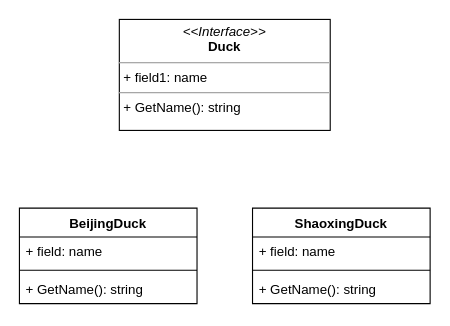
Before: Factory/未命名绘图.drawio in bsync-tech/design-pattern, a draw.io diagram. Source tidied: cells renumbered, new cells numbered last; positions are measured from the earlier drawing's top-left corner, leaving out a move shared by most shapes. Both pictures are drawn from the tidied source at 111%, with x=0, y=0 at pixel (19, 19).
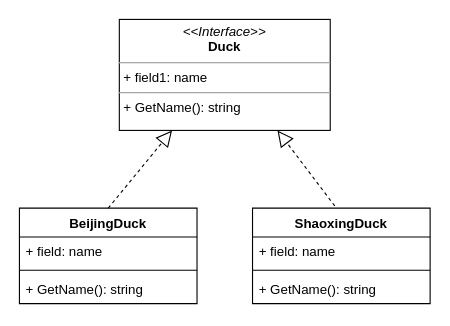
Above is the later version.

Commit message:
更新未命名绘图.drawio

The edit, as a diff of the source:
```diff
@@
 <mxGraphModel>
   <root>
     <mxCell id="0" />
     <mxCell id="1" parent="0" />
     <mxCell id="2" value="BeijingDuck" style="swimlane;fontStyle=1;align=center;verticalAlign=top;horizontal=1;startSize=26;" parent="1" vertex="1">
       <mxGeometry y="170" width="160" height="86" as="geometry" />
     </mxCell>
+    <mxCell id="11" style="endArrow=block;dashed=1;endFill=0;endSize=12;html=1;entryX=0.25;entryY=1;entryDx=0;entryDy=0;" parent="2" edge="1" target="10">
+      <mxGeometry relative="1" as="geometry">
+        <mxPoint x="80" as="sourcePoint" />
+      </mxGeometry>
+    </mxCell>
     <mxCell id="3" value="+ field: name" style="text;strokeColor=none;fillColor=none;align=left;verticalAlign=top;spacingLeft=4;spacingRight=4;overflow=hidden;" parent="2" vertex="1">
       <mxGeometry y="26" width="160" height="26" as="geometry" />
     </mxCell>
     <mxCell id="4" style="line;strokeWidth=1;fillColor=none;align=left;verticalAlign=middle;spacingTop=-1;spacingLeft=3;spacingRight=3;labelPosition=right;" parent="2" vertex="1">
       <mxGeometry y="52" width="160" height="8" as="geometry" />
     </mxCell>
     <mxCell id="5" value="+ GetName(): string" style="text;strokeColor=none;fillColor=none;align=left;verticalAlign=top;spacingLeft=4;spacingRight=4;overflow=hidden;" parent="2" vertex="1">
       <mxGeometry y="60" width="160" height="26" as="geometry" />
     </mxCell>
     <mxCell id="6" value="ShaoxingDuck" style="swimlane;fontStyle=1;align=center;verticalAlign=top;horizontal=1;startSize=26;" parent="1" vertex="1">
       <mxGeometry x="210" y="170" width="160" height="86" as="geometry" />
     </mxCell>
     <mxCell id="7" value="+ field: name" style="text;strokeColor=none;fillColor=none;align=left;verticalAlign=top;spacingLeft=4;spacingRight=4;overflow=hidden;" parent="6" vertex="1">
       <mxGeometry y="26" width="160" height="26" as="geometry" />
     </mxCell>
     <mxCell id="8" style="line;strokeWidth=1;fillColor=none;align=left;verticalAlign=middle;spacingTop=-1;spacingLeft=3;spacingRight=3;labelPosition=right;" parent="6" vertex="1">
       <mxGeometry y="52" width="160" height="8" as="geometry" />
     </mxCell>
     <mxCell id="9" value="+ GetName(): string" style="text;strokeColor=none;fillColor=none;align=left;verticalAlign=top;spacingLeft=4;spacingRight=4;overflow=hidden;" parent="6" vertex="1">
       <mxGeometry y="60" width="160" height="26" as="geometry" />
     </mxCell>
     <mxCell id="10" value="&lt;p style=&quot;margin: 0px ; margin-top: 4px ; text-align: center&quot;&gt;&lt;i&gt;&amp;lt;&amp;lt;Interface&amp;gt;&amp;gt;&lt;/i&gt;&lt;br&gt;&lt;b&gt;Duck&lt;/b&gt;&lt;/p&gt;&lt;hr size=&quot;1&quot;&gt;&lt;p style=&quot;margin: 0px ; margin-left: 4px&quot;&gt;+ field1: name&lt;br&gt;&lt;/p&gt;&lt;hr size=&quot;1&quot;&gt;&lt;p style=&quot;margin: 0px ; margin-left: 4px&quot;&gt;+ GetName(): string&lt;br&gt;&lt;/p&gt;" style="verticalAlign=top;align=left;overflow=fill;fontSize=12;fontFamily=Helvetica;html=1;" parent="1" vertex="1">
       <mxGeometry x="90" width="190" height="100" as="geometry" />
     </mxCell>
+    <mxCell id="12" style="endArrow=block;dashed=1;endFill=0;endSize=12;html=1;entryX=0.75;entryY=1;entryDx=0;entryDy=0;exitX=0.463;exitY=-0.023;exitDx=0;exitDy=0;exitPerimeter=0;" parent="1" edge="1" source="6" target="10">
+      <mxGeometry relative="1" as="geometry" />
+    </mxCell>
   </root>
 </mxGraphModel>
```
